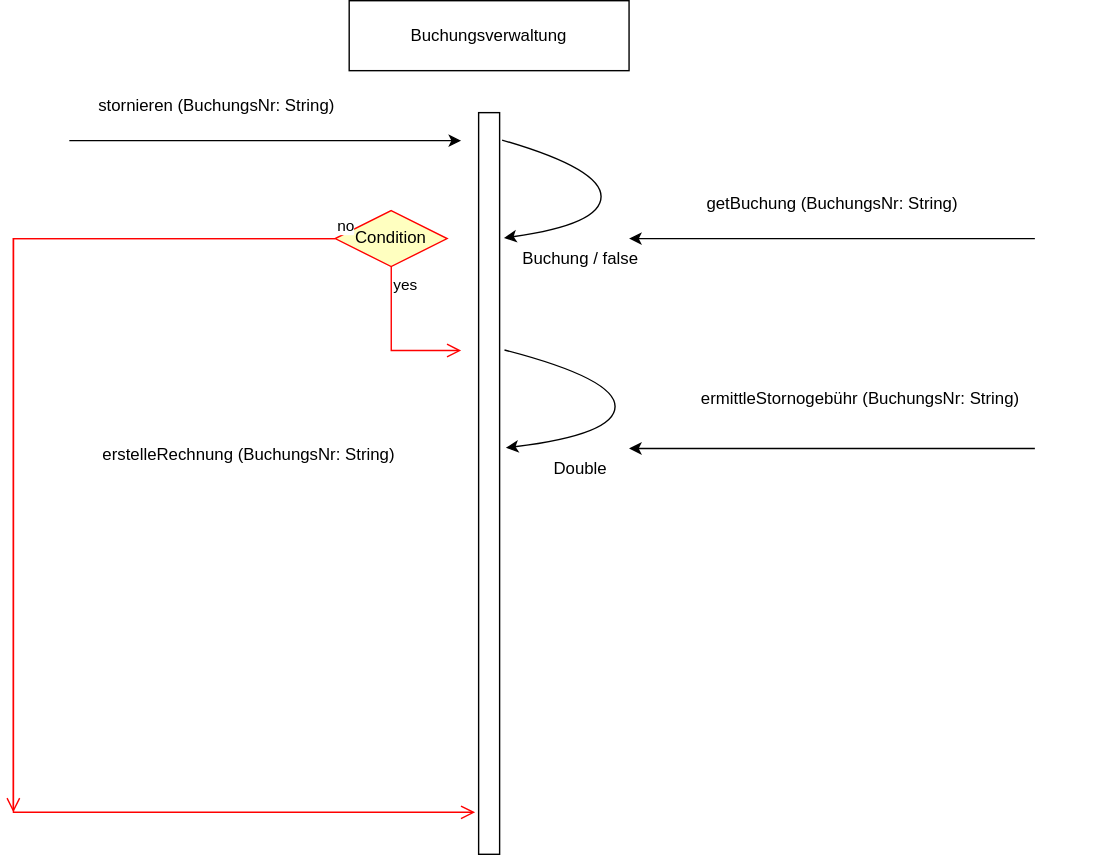
Above: Buchungsverwaltung.drawio.svg in IngoGutwin/diagrams (draw.io), before the change. Source tidied: cells renumbered, new cells last; positions are measured from the earlier drawing's top-left corner, leaving out a move shared by most shapes.
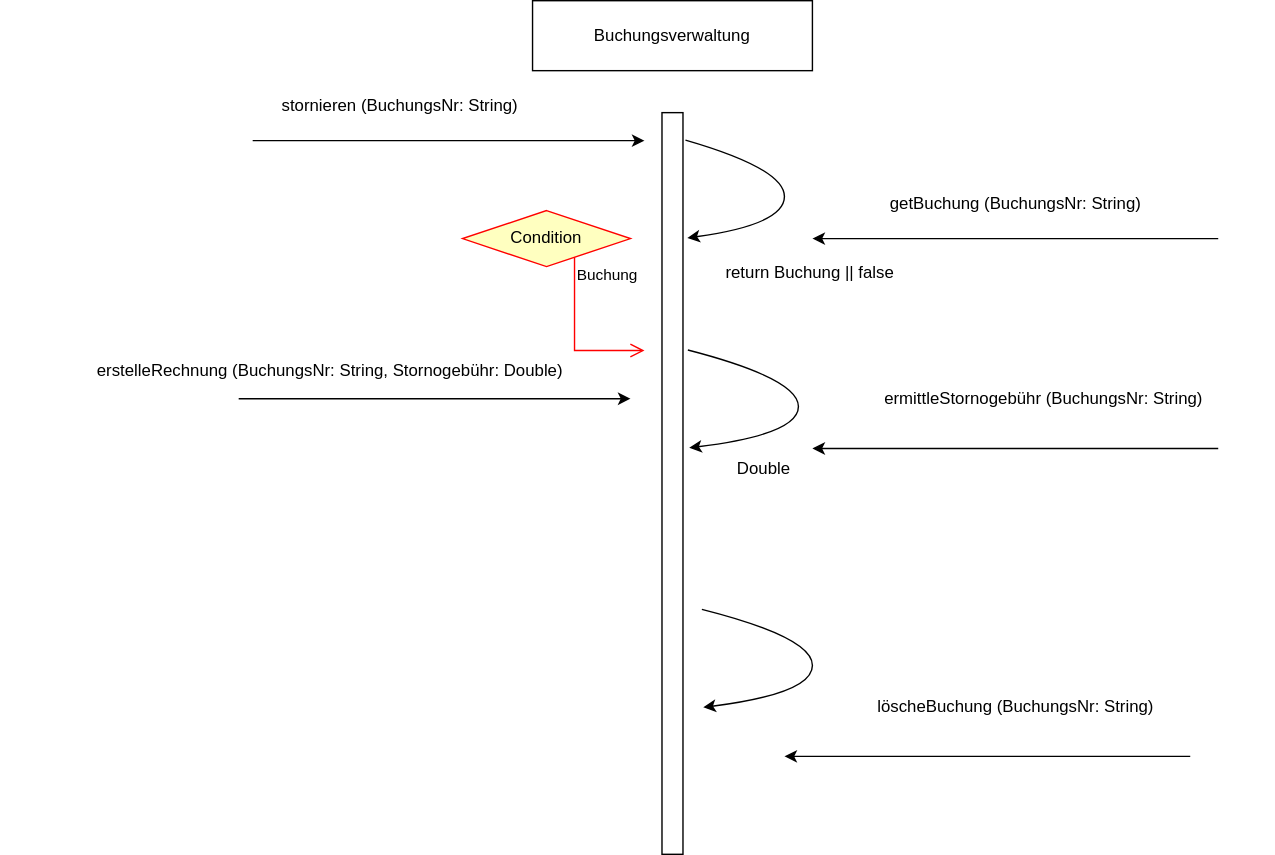
After the commit.

What changed in the source:
```diff
@@ -35,14 +35,9 @@
       <mxGeometry x="455" y="130" width="260" height="30" as="geometry" />
     </mxCell>
     <mxCell id="9" value="Condition" style="rhombus;whiteSpace=wrap;html=1;fontColor=#000000;fillColor=#ffffc0;strokeColor=#ff0000;" parent="1" vertex="1">
-      <mxGeometry x="230" y="150" width="80" height="40" as="geometry" />
+      <mxGeometry x="190" y="150" width="120" height="40" as="geometry" />
     </mxCell>
-    <mxCell id="10" value="no" style="edgeStyle=orthogonalEdgeStyle;html=1;align=left;verticalAlign=bottom;endArrow=open;endSize=8;strokeColor=#ff0000;rounded=0;exitX=0;exitY=0.5;exitDx=0;exitDy=0;" parent="1" edge="1" source="9">
-      <mxGeometry x="-1" relative="1" as="geometry">
-        <mxPoint y="580" as="targetPoint" />
-      </mxGeometry>
-    </mxCell>
-    <mxCell id="11" value="yes" style="edgeStyle=orthogonalEdgeStyle;html=1;align=left;verticalAlign=top;endArrow=open;endSize=8;strokeColor=#ff0000;rounded=0;" parent="1" edge="1" source="9">
+    <mxCell id="11" value="Buchung" style="edgeStyle=orthogonalEdgeStyle;html=1;align=left;verticalAlign=top;endArrow=open;endSize=8;strokeColor=#ff0000;rounded=0;" parent="1" edge="1" source="9">
       <mxGeometry x="-1" relative="1" as="geometry">
         <mxPoint x="320" y="250" as="targetPoint" />
         <Array as="points">
@@ -50,14 +45,6 @@
         </Array>
       </mxGeometry>
     </mxCell>
-    <mxCell id="12" value="no" style="edgeStyle=orthogonalEdgeStyle;html=1;align=left;verticalAlign=bottom;endArrow=open;endSize=8;strokeColor=#ff0000;rounded=0;exitX=0;exitY=0.5;exitDx=0;exitDy=0;" parent="1" edge="1" source="9">
-      <mxGeometry x="-1" relative="1" as="geometry">
-        <mxPoint x="330" y="580" as="targetPoint" />
-        <Array as="points">
-          <mxPoint y="170" />
-        </Array>
-      </mxGeometry>
-    </mxCell>
     <mxCell id="13" value="ermittleStornogebühr (BuchungsNr: String)" style="text;html=1;align=center;verticalAlign=middle;strokeColor=none;fillColor=none;" parent="1" vertex="1">
       <mxGeometry x="440" y="270" width="330" height="30" as="geometry" />
     </mxCell>
@@ -75,14 +62,39 @@
         </Array>
       </mxGeometry>
     </mxCell>
-    <mxCell id="16" value="erstelleRechnung (BuchungsNr: String)" style="text;html=1;align=center;verticalAlign=middle;strokeColor=none;fillColor=none;" parent="1" vertex="1">
-      <mxGeometry x="17.5" y="310" width="300" height="30" as="geometry" />
+    <mxCell id="16" value="erstelleRechnung (BuchungsNr: String, Stornogebühr: Double)" style="text;html=1;align=center;verticalAlign=middle;strokeColor=none;fillColor=none;" parent="1" vertex="1">
+      <mxGeometry x="-140" y="250" width="470" height="30" as="geometry" />
     </mxCell>
     <mxCell id="17" value="Double" style="text;html=1;align=center;verticalAlign=middle;strokeColor=none;fillColor=none;" parent="1" vertex="1">
       <mxGeometry x="370" y="320" width="70" height="30" as="geometry" />
     </mxCell>
-    <mxCell id="18" value="Buchung / false" style="text;html=1;align=center;verticalAlign=middle;strokeColor=none;fillColor=none;" parent="1" vertex="1">
-      <mxGeometry x="340" y="170" width="130" height="30" as="geometry" />
+    <mxCell id="18" value="return Buchung || false" style="text;html=1;align=center;verticalAlign=middle;strokeColor=none;fillColor=none;" parent="1" vertex="1">
+      <mxGeometry x="347.5" y="180" width="180" height="30" as="geometry" />
     </mxCell>
+    <mxCell id="19" style="endArrow=classic;html=1;rounded=0;" parent="1" edge="1">
+      <mxGeometry relative="1" as="geometry">
+        <mxPoint x="30" y="284.4" as="sourcePoint" />
+        <mxPoint x="310" y="284.4" as="targetPoint" />
+      </mxGeometry>
+    </mxCell>
+    <mxCell id="20" value="löscheBuchung (BuchungsNr: String)" style="text;html=1;align=center;verticalAlign=middle;strokeColor=none;fillColor=none;" parent="1" vertex="1">
+      <mxGeometry x="440" y="490" width="290" height="30" as="geometry" />
+    </mxCell>
+    <mxCell id="21" style="endArrow=classic;html=1;rounded=0;" parent="1" edge="1">
+      <mxGeometry relative="1" as="geometry">
+        <mxPoint x="710" y="540" as="sourcePoint" />
+        <mxPoint x="420" y="540" as="targetPoint" />
+      </mxGeometry>
+    </mxCell>
+    <mxCell id="22" style="curved=1;endArrow=classic;html=1;rounded=0;exitX=1.233;exitY=0.32;exitDx=0;exitDy=0;exitPerimeter=0;entryX=1.298;entryY=0.452;entryDx=0;entryDy=0;entryPerimeter=0;" parent="1" edge="1">
+      <mxGeometry relative="1" as="geometry">
+        <mxPoint x="361" y="435" as="sourcePoint" />
+        <mxPoint x="362" y="505" as="targetPoint" />
+        <Array as="points">
+          <mxPoint x="440" y="455" />
+          <mxPoint x="440" y="495" />
+        </Array>
+      </mxGeometry>
+    </mxCell>
   </root>
 </mxGraphModel>
```
